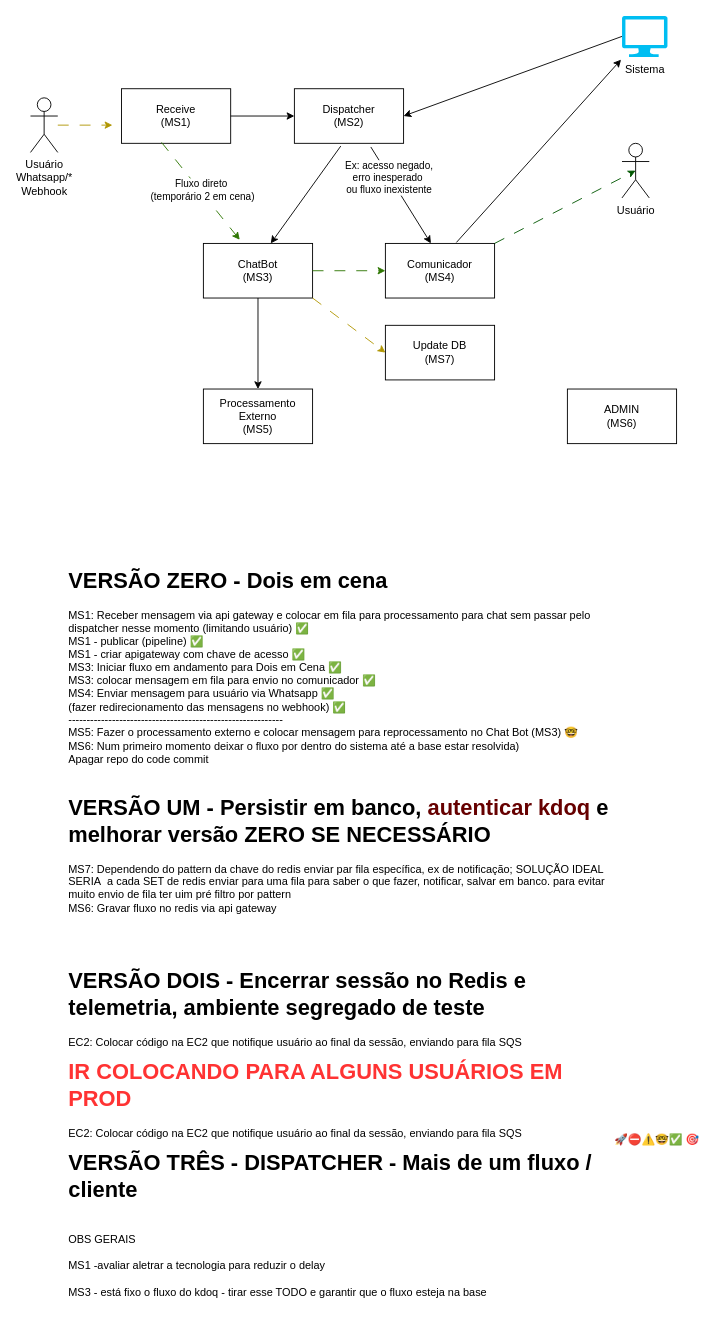
The draw.io diagram fluxo-geral.drawio in LeoKvra/zappa-docs, before the edit. Source tidied: cells renumbered, new cells numbered last; positions are measured from the earlier drawing's top-left corner, leaving out a move shared by most shapes. Both pictures are drawn from the tidied source at 91%, with x=0, y=0 at pixel (30, 15).
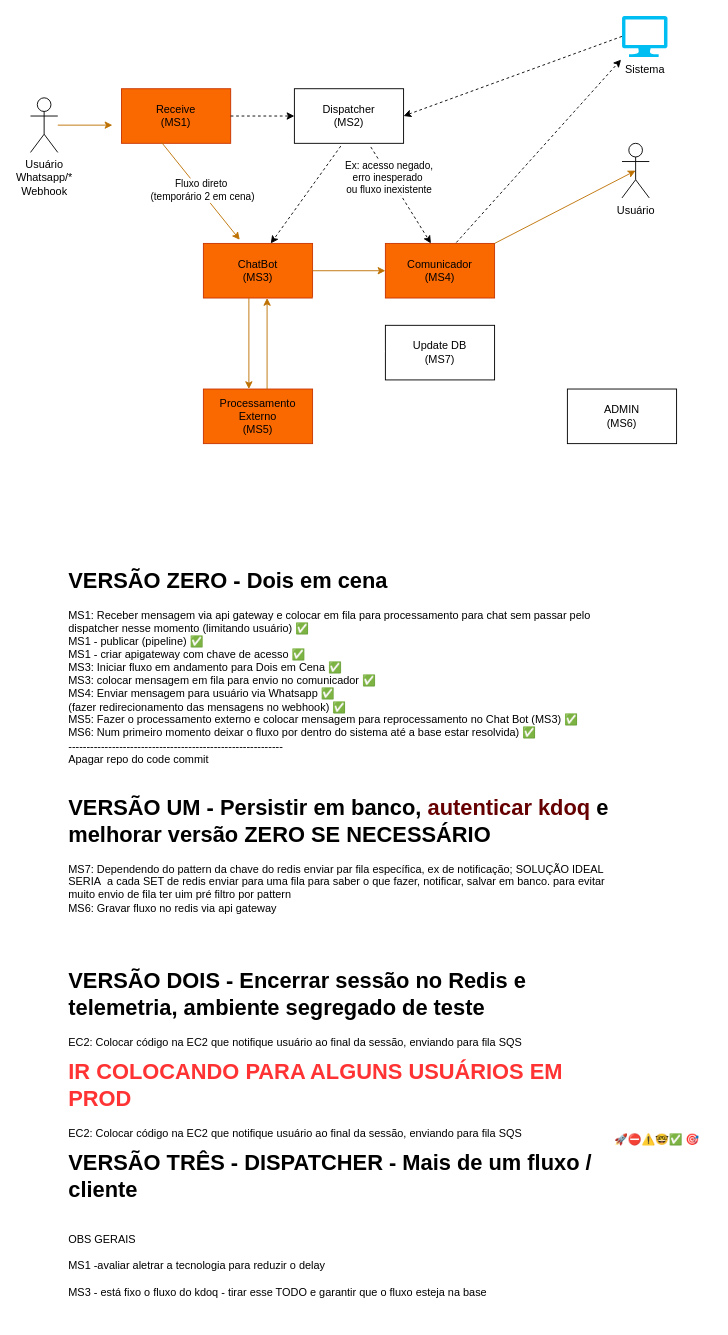
Above is the later version.

Unchanged cells that the change refers to:
```xml
<mxCell id="2" value="Usuário&lt;div&gt;Whatsapp/*&lt;br&gt;Webhook&lt;/div&gt;" style="shape=umlActor;verticalLabelPosition=bottom;verticalAlign=top;html=1;outlineConnect=0;" parent="1" vertex="1">
  <mxGeometry y="90" width="30" height="60" as="geometry" />
</mxCell>
<mxCell id="5" value="Dispatcher&lt;br&gt;(MS2)" style="rounded=0;whiteSpace=wrap;html=1;" parent="1" vertex="1">
  <mxGeometry x="290" y="80" width="120" height="60" as="geometry" />
</mxCell>
<mxCell id="11" value="Sistema" style="verticalLabelPosition=bottom;html=1;verticalAlign=top;align=center;strokeColor=none;fillColor=#00BEF2;shape=mxgraph.azure.computer;" parent="1" vertex="1">
  <mxGeometry x="650" width="50" height="45" as="geometry" />
</mxCell>
<mxCell id="17" value="Usuário" style="shape=umlActor;verticalLabelPosition=bottom;verticalAlign=top;html=1;outlineConnect=0;" parent="1" vertex="1">
  <mxGeometry x="650" y="140" width="30" height="60" as="geometry" />
</mxCell>
<mxCell id="27" value="Update DB&lt;br&gt;(MS7)" style="rounded=0;whiteSpace=wrap;html=1;" parent="1" vertex="1">
  <mxGeometry x="390" y="340" width="120" height="60" as="geometry" />
</mxCell>
```

What changed in the source:
```diff
@@
-    <mxCell id="3" value="Receive&lt;br&gt;(MS1)" style="rounded=0;whiteSpace=wrap;html=1;" parent="1" vertex="1">
+    <mxCell id="3" value="Receive&lt;br&gt;(MS1)" style="rounded=0;whiteSpace=wrap;html=1;fillColor=#fa6800;fontColor=#000000;strokeColor=#C73500;" parent="1" vertex="1">
       <mxGeometry x="100" y="80" width="120" height="60" as="geometry" />
     </mxCell>
-    <mxCell id="4" style="endArrow=classic;html=1;rounded=0;dashed=1;dashPattern=12 12;fillColor=#e3c800;strokeColor=#B09500;" parent="1" edge="1" source="2">
+    <mxCell id="4" style="endArrow=classic;html=1;rounded=0;fillColor=#f0a30a;strokeColor=#BD7000;" parent="1" edge="1" source="2">
       <mxGeometry relative="1" as="geometry">
         <mxPoint x="90" y="120" as="targetPoint" />
       </mxGeometry>
     </mxCell>
@@
-    <mxCell id="6" value="ChatBot&lt;br&gt;(MS3)" style="rounded=0;whiteSpace=wrap;html=1;" parent="1" vertex="1">
+    <mxCell id="6" value="ChatBot&lt;br&gt;(MS3)" style="rounded=0;whiteSpace=wrap;html=1;fillColor=#fa6800;fontColor=#000000;strokeColor=#C73500;" parent="1" vertex="1">
       <mxGeometry x="190" y="250" width="120" height="60" as="geometry" />
     </mxCell>
-    <mxCell id="7" style="endArrow=classic;html=1;rounded=0;exitX=1;exitY=0.5;exitDx=0;exitDy=0;entryX=0;entryY=0.5;entryDx=0;entryDy=0;" parent="1" edge="1" source="3" target="5">
+    <mxCell id="7" style="endArrow=classic;html=1;rounded=0;exitX=1;exitY=0.5;exitDx=0;exitDy=0;entryX=0;entryY=0.5;entryDx=0;entryDy=0;dashed=1;" parent="1" edge="1" source="3" target="5">
       <mxGeometry relative="1" as="geometry" />
     </mxCell>
-    <mxCell id="8" style="endArrow=classic;html=1;rounded=0;exitX=0.367;exitY=0.983;exitDx=0;exitDy=0;exitPerimeter=0;entryX=0.333;entryY=-0.067;entryDx=0;entryDy=0;entryPerimeter=0;dashed=1;fillColor=#60a917;strokeColor=#2D7600;dashPattern=12 12;" parent="1" edge="1" source="3" target="6">
+    <mxCell id="8" style="endArrow=classic;html=1;rounded=0;exitX=0.367;exitY=0.983;exitDx=0;exitDy=0;exitPerimeter=0;entryX=0.333;entryY=-0.067;entryDx=0;entryDy=0;entryPerimeter=0;fillColor=#f0a30a;strokeColor=#BD7000;" parent="1" edge="1" source="3" target="6">
       <mxGeometry relative="1" as="geometry" />
     </mxCell>
@@
-    <mxCell id="10" value="Comunicador&lt;br&gt;(MS4)" style="rounded=0;whiteSpace=wrap;html=1;" parent="1" vertex="1">
+    <mxCell id="10" value="Comunicador&lt;br&gt;(MS4)" style="rounded=0;whiteSpace=wrap;html=1;fillColor=#fa6800;fontColor=#000000;strokeColor=#C73500;" parent="1" vertex="1">
       <mxGeometry x="390" y="250" width="120" height="60" as="geometry" />
     </mxCell>
@@
-    <mxCell id="12" style="endArrow=classic;html=1;rounded=0;exitX=0;exitY=0.5;exitDx=0;exitDy=0;exitPerimeter=0;entryX=1;entryY=0.5;entryDx=0;entryDy=0;" parent="1" edge="1" source="11" target="5">
+    <mxCell id="12" style="endArrow=classic;html=1;rounded=0;exitX=0;exitY=0.5;exitDx=0;exitDy=0;exitPerimeter=0;entryX=1;entryY=0.5;entryDx=0;entryDy=0;dashed=1;" parent="1" edge="1" source="11" target="5">
       <mxGeometry relative="1" as="geometry" />
     </mxCell>
-    <mxCell id="13" style="endArrow=classic;html=1;rounded=0;exitX=0.425;exitY=1.05;exitDx=0;exitDy=0;exitPerimeter=0;entryX=0.617;entryY=0;entryDx=0;entryDy=0;entryPerimeter=0;" parent="1" edge="1" source="5" target="6">
+    <mxCell id="13" style="endArrow=classic;html=1;rounded=0;exitX=0.425;exitY=1.05;exitDx=0;exitDy=0;exitPerimeter=0;entryX=0.617;entryY=0;entryDx=0;entryDy=0;entryPerimeter=0;dashed=1;" parent="1" edge="1" source="5" target="6">
       <mxGeometry relative="1" as="geometry" />
     </mxCell>
-    <mxCell id="14" style="endArrow=classic;html=1;rounded=0;exitX=0.7;exitY=1.067;exitDx=0;exitDy=0;exitPerimeter=0;entryX=0.417;entryY=0;entryDx=0;entryDy=0;entryPerimeter=0;" parent="1" edge="1" source="5" target="10">
+    <mxCell id="14" style="endArrow=classic;html=1;rounded=0;exitX=0.7;exitY=1.067;exitDx=0;exitDy=0;exitPerimeter=0;entryX=0.417;entryY=0;entryDx=0;entryDy=0;entryPerimeter=0;dashed=1;" parent="1" edge="1" source="5" target="10">
       <mxGeometry relative="1" as="geometry" />
     </mxCell>
@@
-    <mxCell id="16" style="endArrow=classic;html=1;rounded=0;exitX=1;exitY=0.5;exitDx=0;exitDy=0;entryX=0;entryY=0.5;entryDx=0;entryDy=0;dashed=1;dashPattern=12 12;fillColor=#60a917;strokeColor=#2D7600;" parent="1" edge="1" source="6" target="10">
+    <mxCell id="16" style="endArrow=classic;html=1;rounded=0;exitX=1;exitY=0.5;exitDx=0;exitDy=0;entryX=0;entryY=0.5;entryDx=0;entryDy=0;fillColor=#f0a30a;strokeColor=#BD7000;" parent="1" edge="1" source="6" target="10">
       <mxGeometry relative="1" as="geometry" />
     </mxCell>
@@
-    <mxCell id="18" style="endArrow=classic;html=1;rounded=0;exitX=1;exitY=0;exitDx=0;exitDy=0;entryX=0.5;entryY=0.5;entryDx=0;entryDy=0;entryPerimeter=0;dashed=1;dashPattern=12 12;fillColor=#008a00;strokeColor=#005700;" parent="1" edge="1" source="10" target="17">
+    <mxCell id="18" style="endArrow=classic;html=1;rounded=0;exitX=1;exitY=0;exitDx=0;exitDy=0;entryX=0.5;entryY=0.5;entryDx=0;entryDy=0;entryPerimeter=0;fillColor=#f0a30a;strokeColor=#BD7000;" parent="1" edge="1" source="10" target="17">
       <mxGeometry relative="1" as="geometry" />
     </mxCell>
-    <mxCell id="19" style="endArrow=classic;html=1;rounded=0;exitX=0.65;exitY=-0.017;exitDx=0;exitDy=0;exitPerimeter=0;entryX=-0.02;entryY=1.067;entryDx=0;entryDy=0;entryPerimeter=0;" parent="1" edge="1" source="10" target="11">
+    <mxCell id="19" style="endArrow=classic;html=1;rounded=0;exitX=0.65;exitY=-0.017;exitDx=0;exitDy=0;exitPerimeter=0;entryX=-0.02;entryY=1.067;entryDx=0;entryDy=0;entryPerimeter=0;dashed=1;" parent="1" edge="1" source="10" target="11">
       <mxGeometry relative="1" as="geometry" />
     </mxCell>
-    <mxCell id="20" value="Processamento&lt;br&gt;Externo&lt;br&gt;(MS5)" style="rounded=0;whiteSpace=wrap;html=1;" parent="1" vertex="1">
+    <mxCell id="20" value="Processamento&lt;br&gt;Externo&lt;br&gt;(MS5)" style="rounded=0;whiteSpace=wrap;html=1;fillColor=#fa6800;fontColor=#000000;strokeColor=#C73500;" parent="1" vertex="1">
       <mxGeometry x="190" y="410" width="120" height="60" as="geometry" />
     </mxCell>
-    <mxCell id="21" style="endArrow=classic;html=1;rounded=0;exitX=0.5;exitY=1;exitDx=0;exitDy=0;" parent="1" edge="1" source="6" target="20">
-      <mxGeometry relative="1" as="geometry" />
+    <mxCell id="21" style="endArrow=classic;html=1;rounded=0;exitX=0.5;exitY=1;exitDx=0;exitDy=0;fillColor=#f0a30a;strokeColor=#BD7000;" parent="1" edge="1">
+      <mxGeometry relative="1" as="geometry">
+        <mxPoint x="240" y="310" as="sourcePoint" />
+        <mxPoint x="240" y="410" as="targetPoint" />
+      </mxGeometry>
     </mxCell>
-    <mxCell id="22" value="&lt;h1 style=&quot;margin-top: 0px;&quot;&gt;VERSÃO ZERO - Dois em cena&lt;/h1&gt;&lt;div&gt;MS1: Receber mensagem via api gateway e colocar em fila para processamento para chat sem passar pelo dispatcher nesse momento (limitando usuário)&amp;nbsp;&lt;span style=&quot;background-color: initial;&quot;&gt;✅&lt;br&gt;&lt;/span&gt;&lt;span style=&quot;background-color: initial;&quot;&gt;MS1 - publicar (pipeline)&amp;nbsp;&lt;/span&gt;✅&lt;span style=&quot;background-color: initial;&quot;&gt;&lt;br&gt;MS1 - criar apigateway com chave de acesso&lt;/span&gt;&amp;nbsp;✅&lt;br&gt;&lt;span style=&quot;background-color: initial;&quot;&gt;MS3: Iniciar fluxo em andamento para Dois em Cena&amp;nbsp;&lt;/span&gt;✅&lt;span style=&quot;background-color: initial;&quot;&gt;&lt;br&gt;&lt;/span&gt;&lt;div&gt;&lt;span style=&quot;background-color: initial;&quot;&gt;MS3: colocar mensagem em fila para envio no comunicador&amp;nbsp;&lt;/span&gt;✅&lt;span style=&quot;background-color: initial;&quot;&gt;&lt;br&gt;&lt;/span&gt;MS4: Enviar mensagem para usuário via Whatsapp&amp;nbsp;&lt;span style=&quot;background-color: initial;&quot;&gt;✅&lt;/span&gt;&lt;/div&gt;&lt;span style=&quot;background-color: initial;&quot;&gt;(fazer redirecionamento das mensagens no webhook)&amp;nbsp;&lt;/span&gt;&lt;span style=&quot;background-color: initial;&quot;&gt;✅&lt;/span&gt;&lt;/div&gt;&lt;div&gt;-----------------------------------------------------------&lt;br&gt;MS5: Fazer o processamento externo e colocar mensagem para reprocessamento no Chat Bot (MS3) 🤓&lt;br&gt;MS6: Num primeiro momento deixar o fluxo por dentro do sistema até a base estar resolvida)&lt;br&gt;Apagar repo do code commit&lt;br&gt;&lt;br&gt;&lt;br&gt;&lt;/div&gt;" style="text;html=1;whiteSpace=wrap;overflow=hidden;rounded=0;" parent="1" vertex="1">
+    <mxCell id="22" value="&lt;h1 style=&quot;margin-top: 0px;&quot;&gt;VERSÃO ZERO - Dois em cena&lt;/h1&gt;&lt;div&gt;MS1: Receber mensagem via api gateway e colocar em fila para processamento para chat sem passar pelo dispatcher nesse momento (limitando usuário)&amp;nbsp;&lt;span style=&quot;background-color: initial;&quot;&gt;✅&lt;br&gt;&lt;/span&gt;&lt;span style=&quot;background-color: initial;&quot;&gt;MS1 - publicar (pipeline)&amp;nbsp;&lt;/span&gt;✅&lt;span style=&quot;background-color: initial;&quot;&gt;&lt;br&gt;MS1 - criar apigateway com chave de acesso&lt;/span&gt;&amp;nbsp;✅&lt;br&gt;&lt;span style=&quot;background-color: initial;&quot;&gt;MS3: Iniciar fluxo em andamento para Dois em Cena&amp;nbsp;&lt;/span&gt;✅&lt;span style=&quot;background-color: initial;&quot;&gt;&lt;br&gt;&lt;/span&gt;&lt;div&gt;&lt;span style=&quot;background-color: initial;&quot;&gt;MS3: colocar mensagem em fila para envio no comunicador&amp;nbsp;&lt;/span&gt;✅&lt;span style=&quot;background-color: initial;&quot;&gt;&lt;br&gt;&lt;/span&gt;MS4: Enviar mensagem para usuário via Whatsapp&amp;nbsp;&lt;span style=&quot;background-color: initial;&quot;&gt;✅&lt;/span&gt;&lt;/div&gt;&lt;span style=&quot;background-color: initial;&quot;&gt;(fazer redirecionamento das mensagens no webhook)&amp;nbsp;&lt;/span&gt;&lt;span style=&quot;background-color: initial;&quot;&gt;✅&lt;/span&gt;&lt;/div&gt;&lt;div&gt;MS5: Fazer o processamento externo e colocar mensagem para reprocessamento no Chat Bot (MS3) ✅&lt;br&gt;MS6: Num primeiro momento deixar o fluxo por dentro do sistema até a base estar resolvida) ✅&lt;br&gt;-----------------------------------------------------------&lt;br&gt;Apagar repo do code commit&lt;br&gt;&lt;br&gt;&lt;br&gt;&lt;/div&gt;" style="text;html=1;whiteSpace=wrap;overflow=hidden;rounded=0;" parent="1" vertex="1">
       <mxGeometry x="40" y="600" width="620" height="270" as="geometry" />
     </mxCell>
@@
-    <mxCell id="28" style="endArrow=classic;html=1;rounded=0;exitX=1;exitY=1;exitDx=0;exitDy=0;entryX=0;entryY=0.5;entryDx=0;entryDy=0;dashed=1;dashPattern=12 12;fillColor=#e3c800;strokeColor=#B09500;" parent="1" edge="1" source="6" target="27">
+    <mxCell id="28" style="endArrow=classic;html=1;rounded=0;exitX=1;exitY=1;exitDx=0;exitDy=0;entryX=0;entryY=0.5;entryDx=0;entryDy=0;dashed=1;fillColor=#e3c800;strokeColor=#FFFFFF;" parent="1" edge="1" source="6" target="27">
       <mxGeometry relative="1" as="geometry" />
     </mxCell>
@@
+    <mxCell id="32" style="endArrow=classic;html=1;rounded=0;exitX=0.5;exitY=1;exitDx=0;exitDy=0;fillColor=#f0a30a;strokeColor=#BD7000;" parent="1" edge="1">
+      <mxGeometry relative="1" as="geometry">
+        <mxPoint x="260" y="410" as="sourcePoint" />
+        <mxPoint x="260" y="310" as="targetPoint" />
+      </mxGeometry>
+    </mxCell>
```
